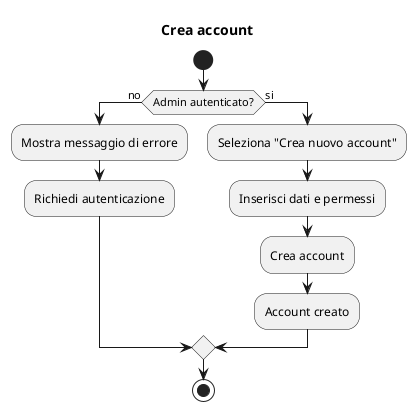
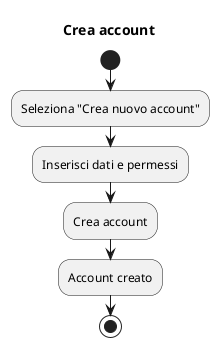
@startuml account
title Crea account

start
- if (Admin autenticato?) then (no)
-     :Mostra messaggio di errore;
-     :Richiedi autenticazione;
- else (si)
-     :Seleziona "Crea nuovo account";
-     :Inserisci dati e permessi;

-     :Crea account;
-     :Account creato;
- endif
+ :Seleziona "Crea nuovo account";
+ :Inserisci dati e permessi;
+ 
+ :Crea account;
+ :Account creato;
+ 
stop
@enduml
